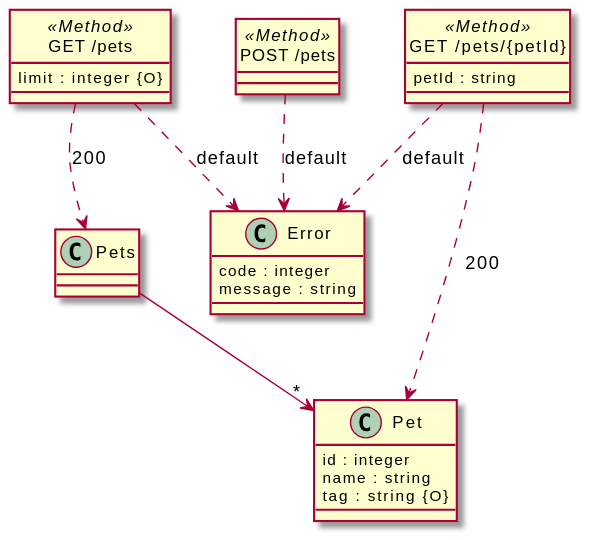
Above: src/docs/tests/petstore.puml.svg in davidmoten/openapi-to-plantuml (PlantUML), before the change. Source of this version:
```plantuml
@startuml

class "Pet" {
  id : integer
  name : string
  tag : string {O}
}

class "Pets" {
}

"Pets" --> "*" "Pet"

class "Error" {
  code : integer
  message : string
}
hide <<Method>> circle

class "GET /pets" <<Method>> {
  limit : integer {O}
}

"GET /pets" ..> "Pets": 200

"GET /pets" ..> "Error": default

class "POST /pets" <<Method>> {
}

"POST /pets" ..> "Error": default

class "GET /pets/{petId}" <<Method>> {
  petId : string
}

"GET /pets/{petId}" ..> "Pet": 200

"GET /pets/{petId}" ..> "Error": default

@enduml
```
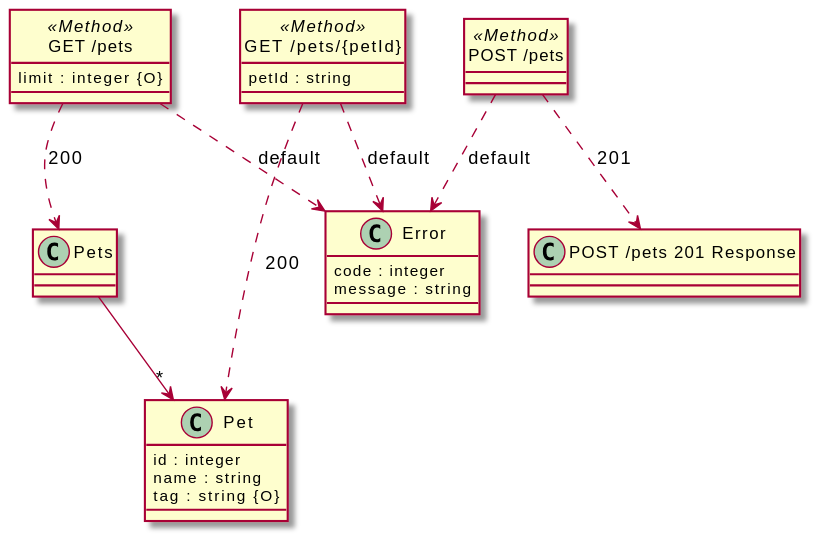
After the commit.

What changed in the source:
```diff
@@ -27,6 +27,9 @@
 
 class "POST /pets" <<Method>> {
 }
+class "POST /pets 201 Response"{}
+
+"POST /pets" ..> "POST /pets 201 Response": 201
 
 "POST /pets" ..> "Error": default
 
```
